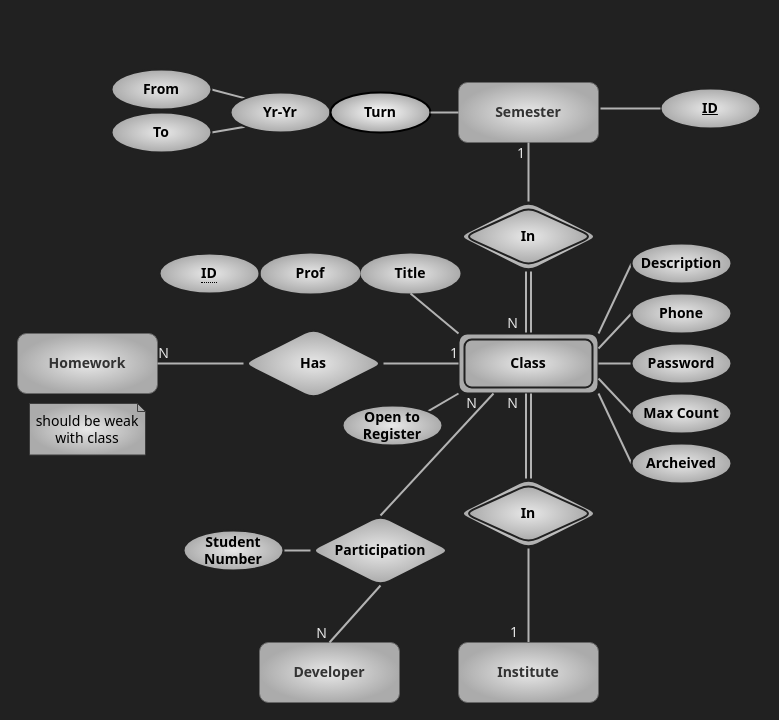
The draw.io diagram page "education" (5 of 5) of er.drawio in kntu-db/quera-db, before the edit. Source tidied: cells renumbered, new cells numbered last; positions are measured from the earlier drawing's top-left corner, leaving out a move shared by most shapes. Both pictures are drawn from the tidied source at 100%, with x=0, y=0 at pixel (17, 69).
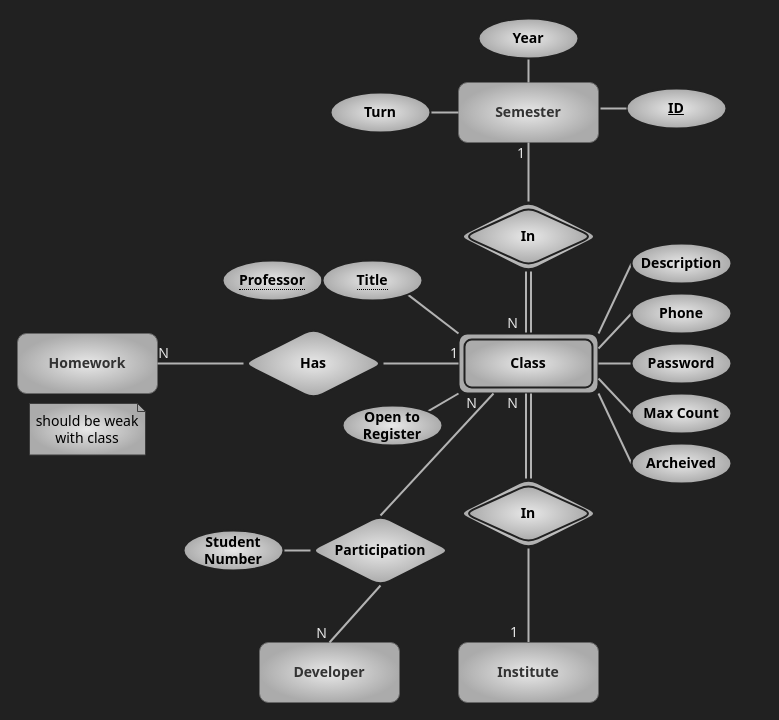
The same diagram, later.

Unchanged cells that the change refers to:
```xml
<mxCell id="2" value="Semester" style="whiteSpace=wrap;html=1;align=center;fontFamily=Tahoma;rounded=1;fillColor=#E8E8E8;strokeColor=#666666;fontColor=#333333;gradientColor=#ABABAB;gradientDirection=radial;fontSize=14;labelBackgroundColor=none;fontStyle=1;" parent="1" vertex="1">
  <mxGeometry x="441" y="13" width="140" height="60" as="geometry" />
</mxCell>
<mxCell id="13" value="Class" style="shape=ext;margin=3;double=1;whiteSpace=wrap;html=1;align=center;rounded=1;labelBackgroundColor=none;fontFamily=Tahoma;fontSize=14;fontColor=#000000;fillColor=#E8E8E8;gradientColor=#ABABAB;gradientDirection=radial;fontStyle=1;strokeColor=#212121;strokeWidth=2;glass=0;" parent="1" vertex="1">
  <mxGeometry x="441" y="264" width="140" height="60" as="geometry" />
</mxCell>
```

Diff of the diagram source:
```diff
@@
-    <mxCell id="3" style="edgeStyle=none;html=1;exitX=0;exitY=0;exitDx=0;exitDy=0;entryX=1;entryY=0.5;entryDx=0;entryDy=0;strokeWidth=2;endArrow=none;endFill=0;strokeColor=#B3B3B3;" parent="1" edge="1" source="5" target="46">
-      <mxGeometry relative="1" as="geometry" />
-    </mxCell>
-    <mxCell id="4" style="edgeStyle=none;html=1;exitX=0;exitY=1;exitDx=0;exitDy=0;entryX=1;entryY=0.5;entryDx=0;entryDy=0;endArrow=none;endFill=0;strokeColor=#B3B3B3;strokeWidth=2;" parent="1" edge="1" source="5" target="47">
+    <mxCell id="4" style="edgeStyle=none;html=1;exitX=0.5;exitY=1;exitDx=0;exitDy=0;entryX=0.5;entryY=0;entryDx=0;entryDy=0;endArrow=none;endFill=0;strokeColor=#B3B3B3;strokeWidth=2;" parent="1" edge="1" source="5" target="2">
       <mxGeometry relative="1" as="geometry" />
     </mxCell>
-    <mxCell id="5" value="Yr-Yr" style="ellipse;whiteSpace=wrap;html=1;align=center;rounded=1;labelBackgroundColor=none;fontFamily=Tahoma;fontSize=14;fontColor=#000000;strokeColor=#212121;strokeWidth=2;fillColor=#E8E8E8;gradientColor=#ABABAB;gradientDirection=radial;fontStyle=1;" parent="1" vertex="1">
-      <mxGeometry x="213" y="23" width="100" height="40" as="geometry" />
+    <mxCell id="5" value="Year" style="ellipse;whiteSpace=wrap;html=1;align=center;rounded=1;labelBackgroundColor=none;fontFamily=Tahoma;fontSize=14;fontColor=#000000;strokeColor=#212121;strokeWidth=2;fillColor=#E8E8E8;gradientColor=#ABABAB;gradientDirection=radial;fontStyle=1;" parent="1" vertex="1">
+      <mxGeometry x="461" y="-51" width="100" height="40" as="geometry" />
     </mxCell>
-    <mxCell id="6" value="Turn" style="ellipse;whiteSpace=wrap;html=1;align=center;rounded=1;labelBackgroundColor=none;fontFamily=Tahoma;fontSize=14;fontColor=#000000;strokeColor=default;strokeWidth=2;fillColor=default;gradientColor=#ABABAB;gradientDirection=radial;fontStyle=1;" parent="1" vertex="1">
-      <mxGeometry x="313" y="23" width="100" height="40" as="geometry" />
-    </mxCell>
@@
-    <mxCell id="43" value="Title" style="ellipse;align=center;rounded=1;labelBackgroundColor=none;fontFamily=Tahoma;fontSize=14;fontColor=#000000;strokeColor=none;strokeWidth=2;fillColor=#E8E8E8;gradientColor=#ABABAB;gradientDirection=radial;fontStyle=1;verticalAlign=middle;whiteSpace=wrap;horizontal=1;" parent="1" vertex="1">
-      <mxGeometry x="343" y="184" width="100" height="40" as="geometry" />
-    </mxCell>
-    <mxCell id="44" value="Prof" style="ellipse;whiteSpace=wrap;align=center;rounded=1;labelBackgroundColor=none;fontFamily=Tahoma;fontSize=14;fontColor=#000000;strokeColor=none;strokeWidth=2;fillColor=#E8E8E8;gradientColor=#ABABAB;gradientDirection=radial;fontStyle=1;" parent="1" vertex="1">
-      <mxGeometry x="243" y="184" width="100" height="40" as="geometry" />
-    </mxCell>
-    <mxCell id="45" style="endArrow=none;html=1;rounded=1;fontFamily=Tahoma;fontSize=14;fontColor=#000000;strokeWidth=2;sketch=0;shadow=0;fillColor=none;strokeColor=#B3B3B3;exitX=0.5;exitY=1;exitDx=0;exitDy=0;entryX=0;entryY=0;entryDx=0;entryDy=0;" parent="1" edge="1" source="43" target="13">
+    <mxCell id="45" style="endArrow=none;html=1;rounded=1;fontFamily=Tahoma;fontSize=14;fontColor=#000000;strokeWidth=2;sketch=0;shadow=0;fillColor=none;strokeColor=#B3B3B3;exitX=1;exitY=1;exitDx=0;exitDy=0;entryX=0;entryY=0;entryDx=0;entryDy=0;" parent="1" edge="1" source="43" target="13">
       <mxGeometry relative="1" as="geometry" />
     </mxCell>
-    <mxCell id="46" value="From" style="ellipse;whiteSpace=wrap;html=1;align=center;rounded=1;labelBackgroundColor=none;fontFamily=Tahoma;fontSize=14;fontColor=#000000;strokeColor=#212121;strokeWidth=2;fillColor=#E8E8E8;gradientColor=#ABABAB;gradientDirection=radial;fontStyle=1;" parent="1" vertex="1">
-      <mxGeometry x="94" width="100" height="40" as="geometry" />
-    </mxCell>
-    <mxCell id="47" value="To" style="ellipse;whiteSpace=wrap;html=1;align=center;rounded=1;labelBackgroundColor=none;fontFamily=Tahoma;fontSize=14;fontColor=#000000;strokeColor=#212121;strokeWidth=2;fillColor=#E8E8E8;gradientColor=#ABABAB;gradientDirection=radial;fontStyle=1;" parent="1" vertex="1">
-      <mxGeometry x="94" y="43" width="100" height="40" as="geometry" />
-    </mxCell>
@@
-    <mxCell id="52" value="&lt;span style=&quot;border-bottom: 1px dotted&quot;&gt;ID&lt;/span&gt;" style="ellipse;whiteSpace=wrap;html=1;align=center;rounded=1;labelBackgroundColor=none;fontFamily=Tahoma;fontSize=14;fontColor=#000000;strokeColor=#212121;strokeWidth=2;fillColor=#E8E8E8;gradientColor=#ABABAB;gradientDirection=radial;fontStyle=1;" parent="1" vertex="1">
-      <mxGeometry x="142" y="184" width="100" height="40" as="geometry" />
+    <mxCell id="52" value="&lt;span style=&quot;border-bottom: 1px dotted&quot;&gt;Professor&lt;/span&gt;" style="ellipse;whiteSpace=wrap;html=1;align=center;rounded=1;labelBackgroundColor=none;fontFamily=Tahoma;fontSize=14;fontColor=#000000;strokeColor=#212121;strokeWidth=2;fillColor=#E8E8E8;gradientColor=#ABABAB;gradientDirection=radial;fontStyle=1;" parent="1" vertex="1">
+      <mxGeometry x="205" y="191" width="100" height="40" as="geometry" />
     </mxCell>
     <mxCell id="53" value="ID" style="ellipse;whiteSpace=wrap;html=1;align=center;rounded=1;labelBackgroundColor=none;fontFamily=Tahoma;fontSize=14;fontColor=#000000;strokeColor=#212121;strokeWidth=2;fillColor=#E8E8E8;gradientColor=#ABABAB;gradientDirection=radial;fontStyle=5;" parent="1" vertex="1">
-      <mxGeometry x="643" y="19" width="100" height="40" as="geometry" />
+      <mxGeometry x="609" y="19" width="100" height="40" as="geometry" />
     </mxCell>
@@
+    <mxCell id="6" value="Turn" style="ellipse;whiteSpace=wrap;html=1;align=center;rounded=1;labelBackgroundColor=none;fontFamily=Tahoma;fontSize=14;fontColor=#000000;strokeColor=#212121;strokeWidth=2;fillColor=#E8E8E8;gradientColor=#ABABAB;gradientDirection=radial;fontStyle=1;" parent="1" vertex="1">
+      <mxGeometry x="313" y="23" width="100" height="40" as="geometry" />
+    </mxCell>
+    <mxCell id="43" value="&lt;span style=&quot;border-bottom: 1px dotted&quot;&gt;Title&lt;/span&gt;" style="ellipse;whiteSpace=wrap;html=1;align=center;rounded=1;labelBackgroundColor=none;fontFamily=Tahoma;fontSize=14;fontColor=#000000;strokeColor=#212121;strokeWidth=2;fillColor=#E8E8E8;gradientColor=#ABABAB;gradientDirection=radial;fontStyle=1;" parent="1" vertex="1">
+      <mxGeometry x="305" y="191" width="100" height="40" as="geometry" />
+    </mxCell>
```
